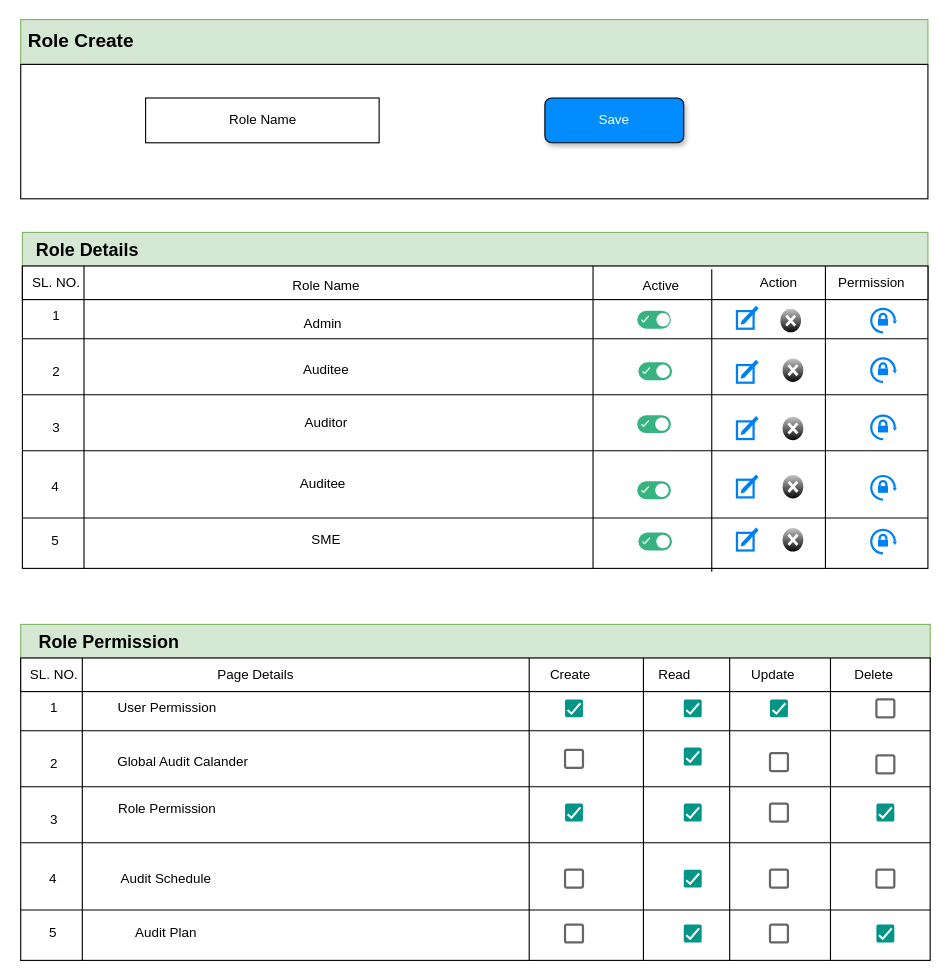
Above: page "Role" (1 of 8) of Audit Screeen.drawio in AvikM1996/draw.io (draw.io), before the change. Source tidied: cells renumbered, new cells numbered last; positions are measured from the earlier drawing's top-left corner, leaving out a move shared by most shapes. Both pictures are drawn from the tidied source at 112%, with x=0, y=0 at pixel (19, 19).
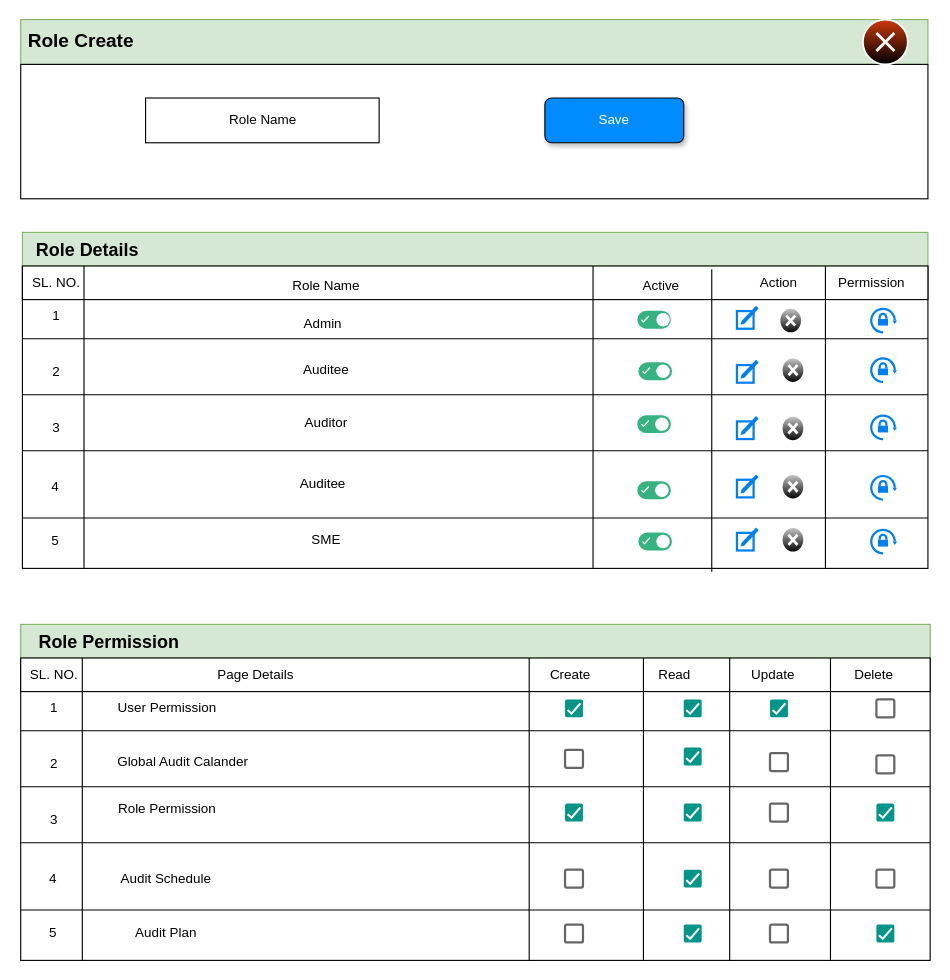
The same page after the edit.

What changed in the source:
```diff
@@
+    <mxCell id="113" style="verticalLabelPosition=bottom;verticalAlign=top;html=1;shadow=0;dashed=0;strokeWidth=1;shape=mxgraph.ios.iDeleteApp;fillColor=#CC390C;fillColor2=#000000;strokeColor=#ffffff;sketch=0;" parent="1" vertex="1">
+      <mxGeometry x="753" width="40" height="40" as="geometry" />
+    </mxCell>
```
